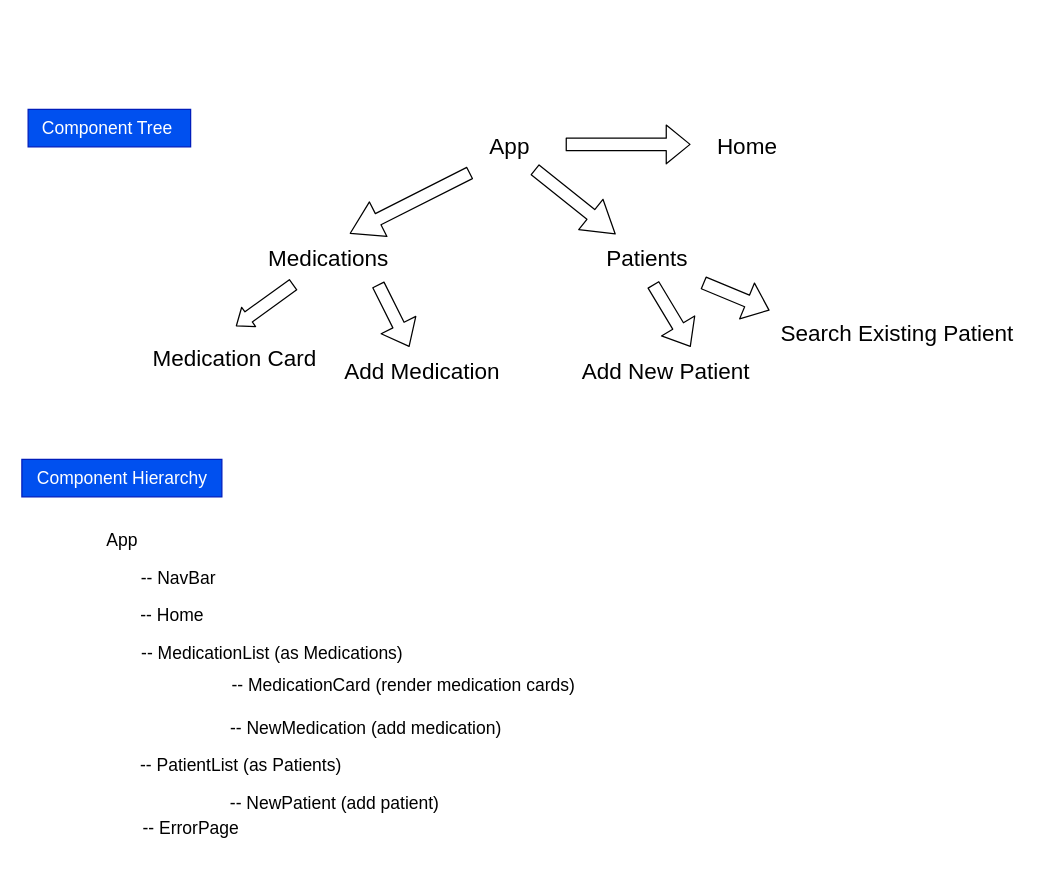
Above: page "Page-1" (1 of 2) of .dio in minchulan/dailydose-client (draw.io), before the change. Source tidied: cells renumbered, new cells numbered last; positions are measured from the earlier drawing's top-left corner, leaving out a move shared by most shapes. Both pictures are drawn from the tidied source at 125%, with x=0, y=0 at pixel (21, 109).
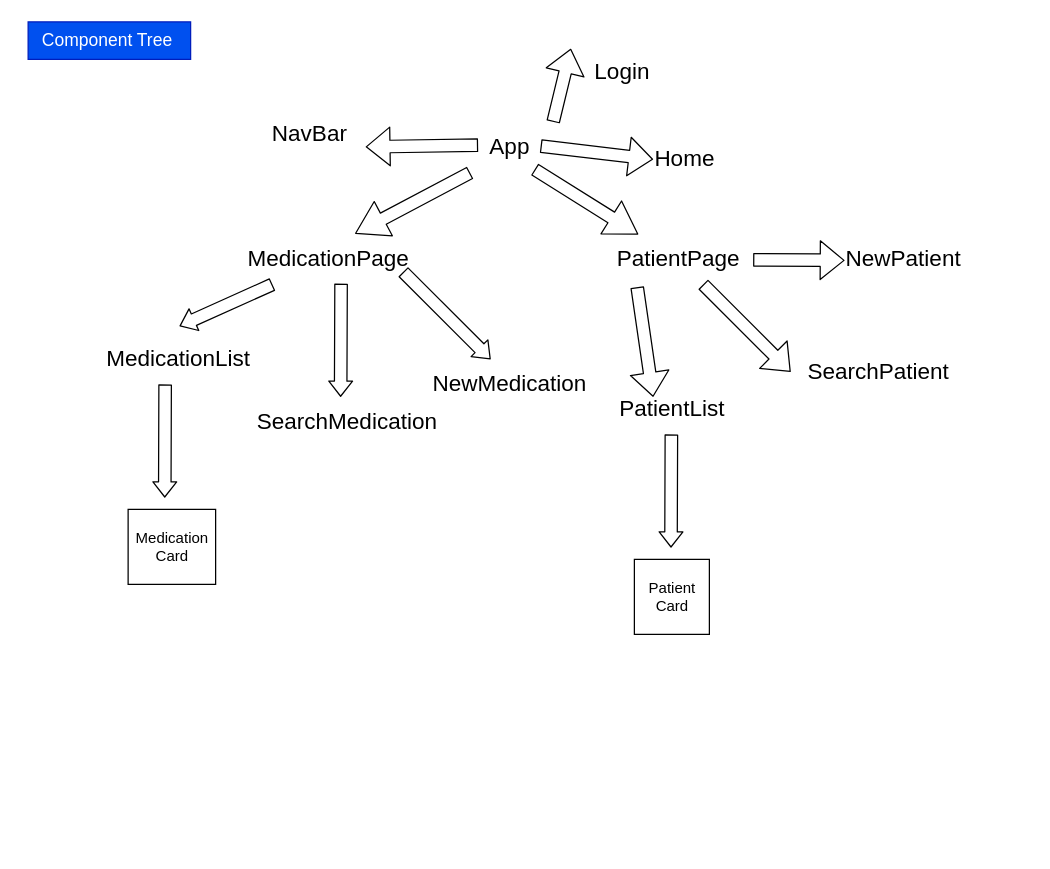
The same page after the edit.

What changed in the source:
```diff
@@
-    <mxCell id="3" value="&lt;font style=&quot;font-size: 18px;&quot;&gt;Medications&lt;/font&gt;" style="text;html=1;align=center;verticalAlign=middle;points=[];strokeColor=none;fillColor=none;fontSize=14;" parent="1" vertex="1">
-      <mxGeometry x="185" y="100" width="120" height="40" as="geometry" />
+    <mxCell id="3" value="&lt;font style=&quot;font-size: 18px;&quot;&gt;MedicationPage&lt;/font&gt;" style="text;html=1;align=center;verticalAlign=middle;points=[];strokeColor=none;fillColor=none;fontSize=14;" parent="1" vertex="1">
+      <mxGeometry x="170" y="100" width="150" height="40" as="geometry" />
     </mxCell>
-    <mxCell id="4" value="&lt;font style=&quot;font-size: 18px;&quot;&gt;Patients&lt;/font&gt;" style="text;html=1;align=center;verticalAlign=middle;points=[];strokeColor=none;fillColor=none;fontSize=14;" parent="1" vertex="1">
-      <mxGeometry x="455" y="100" width="90" height="40" as="geometry" />
+    <mxCell id="4" value="&lt;font style=&quot;font-size: 18px;&quot;&gt;PatientPage&lt;/font&gt;" style="text;html=1;align=center;verticalAlign=middle;points=[];strokeColor=none;fillColor=none;fontSize=14;" parent="1" vertex="1">
+      <mxGeometry x="465" y="100" width="120" height="40" as="geometry" />
     </mxCell>
@@
     <mxCell id="7" value="&lt;font style=&quot;font-size: 14px;&quot;&gt;Component Tree&amp;nbsp;&lt;/font&gt;" style="text;html=1;align=center;verticalAlign=middle;strokeColor=#001DBC;fillColor=#0050ef;fontSize=8;fontColor=#ffffff;" parent="1" vertex="1">
-      <mxGeometry x="5" width="130" height="30" as="geometry" />
+      <mxGeometry x="5" y="-70" width="130" height="30" as="geometry" />
     </mxCell>
-    <mxCell id="8" value="Component Hierarchy" style="text;html=1;align=center;verticalAlign=middle;strokeColor=#001DBC;fillColor=#0050ef;fontSize=14;fontColor=#ffffff;" parent="1" vertex="1">
-      <mxGeometry y="280" width="160" height="30" as="geometry" />
-    </mxCell>
-    <mxCell id="9" value="App" style="text;html=1;align=center;verticalAlign=middle;strokeColor=none;fillColor=none;fontSize=14;" parent="1" vertex="1">
-      <mxGeometry x="55" y="330" width="50" height="30" as="geometry" />
-    </mxCell>
-    <mxCell id="10" value="-- MedicationList (as Medications)" style="text;html=1;align=center;verticalAlign=middle;strokeColor=none;fillColor=none;fontSize=14;" parent="1" vertex="1">
-      <mxGeometry x="85" y="420" width="230" height="30" as="geometry" />
-    </mxCell>
-    <mxCell id="11" value="-- PatientList (as Patients)" style="text;html=1;align=center;verticalAlign=middle;strokeColor=none;fillColor=none;fontSize=14;" parent="1" vertex="1">
-      <mxGeometry x="85" y="510" width="180" height="30" as="geometry" />
-    </mxCell>
-    <mxCell id="12" value="-- Home" style="text;html=1;align=center;verticalAlign=middle;strokeColor=none;fillColor=none;fontSize=14;" parent="1" vertex="1">
-      <mxGeometry x="85" y="390" width="70" height="30" as="geometry" />
-    </mxCell>
-    <mxCell id="13" value="-- NavBar" style="text;html=1;align=center;verticalAlign=middle;strokeColor=none;fillColor=none;fontSize=14;" parent="1" vertex="1">
-      <mxGeometry x="85" y="360" width="80" height="30" as="geometry" />
-    </mxCell>
-    <mxCell id="14" value="-- ErrorPage" style="text;html=1;align=center;verticalAlign=middle;strokeColor=none;fillColor=none;fontSize=14;" parent="1" vertex="1">
-      <mxGeometry x="85" y="560" width="100" height="30" as="geometry" />
-    </mxCell>
-    <mxCell id="15" value="&lt;font style=&quot;font-size: 18px;&quot;&gt;Medication Card&lt;/font&gt;" style="text;html=1;align=center;verticalAlign=middle;points=[];strokeColor=none;fillColor=none;fontSize=14;" parent="1" vertex="1">
-      <mxGeometry x="95" y="180" width="150" height="40" as="geometry" />
+    <mxCell id="15" value="&lt;font style=&quot;font-size: 18px;&quot;&gt;MedicationList&lt;/font&gt;" style="text;html=1;align=center;verticalAlign=middle;points=[];strokeColor=none;fillColor=none;fontSize=14;" parent="1" vertex="1">
+      <mxGeometry x="55" y="180" width="140" height="40" as="geometry" />
     </mxCell>
@@
-    <mxCell id="17" value="&lt;font style=&quot;font-size: 14px;&quot;&gt;-- MedicationCard (render medication cards)&lt;/font&gt;" style="text;html=1;align=center;verticalAlign=middle;strokeColor=none;fillColor=none;fontSize=18;" parent="1" vertex="1">
-      <mxGeometry x="155" y="440" width="300" height="40" as="geometry" />
-    </mxCell>
-    <mxCell id="18" value="-- NewMedication (add medication)" style="text;html=1;align=center;verticalAlign=middle;strokeColor=none;fillColor=none;fontSize=14;" parent="1" vertex="1">
-      <mxGeometry x="155" y="480" width="240" height="30" as="geometry" />
-    </mxCell>
-    <mxCell id="19" value="-- NewPatient (add patient)" style="text;html=1;align=center;verticalAlign=middle;strokeColor=none;fillColor=none;fontSize=14;" parent="1" vertex="1">
-      <mxGeometry x="155" y="540" width="190" height="30" as="geometry" />
-    </mxCell>
-    <mxCell id="20" value="&lt;font style=&quot;font-size: 18px;&quot;&gt;Add Medication&lt;/font&gt;" style="text;html=1;align=center;verticalAlign=middle;points=[];strokeColor=none;fillColor=none;fontSize=14;" parent="1" vertex="1">
-      <mxGeometry x="245" y="190" width="150" height="40" as="geometry" />
+    <mxCell id="20" value="&lt;font style=&quot;font-size: 18px;&quot;&gt;SearchMedication&lt;/font&gt;" style="text;html=1;align=center;verticalAlign=middle;points=[];strokeColor=none;fillColor=none;fontSize=14;" parent="1" vertex="1">
+      <mxGeometry x="175" y="230" width="170" height="40" as="geometry" />
     </mxCell>
-    <mxCell id="21" style="edgeStyle=none;jettySize=auto;html=1;fontSize=14;shape=flexArrow;entryX=0.625;entryY=0;entryDx=0;entryDy=0;entryPerimeter=0;" parent="1" edge="1" target="22">
-      <mxGeometry relative="1" as="geometry">
-        <mxPoint x="505" y="140" as="sourcePoint" />
-      </mxGeometry>
-    </mxCell>
-    <mxCell id="22" value="&lt;span style=&quot;font-size: 18px;&quot;&gt;Add New Patient&lt;/span&gt;" style="text;html=1;align=center;verticalAlign=middle;points=[];strokeColor=none;fillColor=none;fontSize=14;" parent="1" vertex="1">
-      <mxGeometry x="435" y="190" width="160" height="40" as="geometry" />
-    </mxCell>
-    <mxCell id="23" style="edgeStyle=none;jettySize=auto;html=1;fontSize=14;shape=flexArrow;" parent="1" edge="1" target="20">
-      <mxGeometry relative="1" as="geometry">
-        <mxPoint x="285" y="140" as="sourcePoint" />
-      </mxGeometry>
-    </mxCell>
     <mxCell id="24" style="edgeStyle=none;orthogonalLoop=1;jettySize=auto;html=1;fontSize=14;shape=flexArrow;" parent="1" edge="1">
       <mxGeometry relative="1" as="geometry">
-        <mxPoint x="435" y="28" as="sourcePoint" />
-        <mxPoint x="535" y="28" as="targetPoint" />
+        <mxPoint x="415" y="29.3" as="sourcePoint" />
+        <mxPoint x="505" y="40" as="targetPoint" />
       </mxGeometry>
     </mxCell>
     <mxCell id="25" value="&lt;font style=&quot;font-size: 18px;&quot;&gt;Home&lt;/font&gt;" style="text;html=1;align=center;verticalAlign=middle;strokeColor=none;fillColor=none;fontSize=14;" parent="1" vertex="1">
-      <mxGeometry x="545" y="10" width="70" height="40" as="geometry" />
+      <mxGeometry x="495" y="20" width="70" height="40" as="geometry" />
     </mxCell>
-    <mxCell id="26" value="&lt;span style=&quot;font-size: 18px;&quot;&gt;Search Existing Patient&lt;/span&gt;" style="text;html=1;align=center;verticalAlign=middle;points=[];strokeColor=none;fillColor=none;fontSize=14;" parent="1" vertex="1">
-      <mxGeometry x="595" y="160" width="210" height="40" as="geometry" />
-    </mxCell>
-    <mxCell id="27" style="edgeStyle=none;jettySize=auto;html=1;fontSize=14;shape=flexArrow;entryX=0.015;entryY=0.019;entryDx=0;entryDy=0;entryPerimeter=0;" parent="1" edge="1" source="4" target="26">
-      <mxGeometry relative="1" as="geometry" />
+    <mxCell id="27" style="edgeStyle=none;jettySize=auto;html=1;fontSize=14;shape=flexArrow;entryX=0.015;entryY=0.019;entryDx=0;entryDy=0;entryPerimeter=0;" parent="1" edge="1" source="4">
+      <mxGeometry relative="1" as="geometry">
+        <mxPoint x="658.2" y="120.8" as="targetPoint" />
+      </mxGeometry>
     </mxCell>
+    <mxCell id="28" style="edgeStyle=none;orthogonalLoop=1;jettySize=auto;html=1;fontSize=14;shape=flexArrow;" parent="1" edge="1">
+      <mxGeometry relative="1" as="geometry">
+        <mxPoint x="365" y="28.6" as="sourcePoint" />
+        <mxPoint x="275" y="30" as="targetPoint" />
+      </mxGeometry>
+    </mxCell>
+    <mxCell id="29" value="&lt;font style=&quot;font-size: 18px;&quot;&gt;NavBar&lt;/font&gt;" style="text;html=1;align=center;verticalAlign=middle;strokeColor=none;fillColor=none;fontSize=14;" parent="1" vertex="1">
+      <mxGeometry x="190" width="80" height="40" as="geometry" />
+    </mxCell>
+    <mxCell id="30" style="edgeStyle=none;jettySize=auto;html=1;fontSize=18;shape=flexArrow;endWidth=8;endSize=3.7;exitX=0.569;exitY=0.985;exitDx=0;exitDy=0;exitPerimeter=0;" parent="1" edge="1" source="3">
+      <mxGeometry relative="1" as="geometry">
+        <mxPoint x="255" y="230" as="targetPoint" />
+      </mxGeometry>
+    </mxCell>
+    <mxCell id="31" value="&lt;font style=&quot;font-size: 18px;&quot;&gt;NewMedication&lt;br&gt;&lt;/font&gt;" style="text;html=1;align=center;verticalAlign=middle;strokeColor=none;fillColor=none;fontSize=14;" parent="1" vertex="1">
+      <mxGeometry x="315" y="200" width="150" height="40" as="geometry" />
+    </mxCell>
+    <mxCell id="32" style="edgeStyle=none;orthogonalLoop=1;jettySize=auto;html=1;fontSize=18;shape=flexArrow;endWidth=8;endSize=3.7;" parent="1" edge="1">
+      <mxGeometry relative="1" as="geometry">
+        <mxPoint x="305" y="130" as="sourcePoint" />
+        <mxPoint x="375" y="200" as="targetPoint" />
+      </mxGeometry>
+    </mxCell>
+    <mxCell id="33" style="edgeStyle=none;jettySize=auto;html=1;fontSize=14;shape=flexArrow;" parent="1" edge="1" source="4">
+      <mxGeometry relative="1" as="geometry">
+        <mxPoint x="615" y="210" as="targetPoint" />
+      </mxGeometry>
+    </mxCell>
+    <mxCell id="34" style="edgeStyle=none;jettySize=auto;html=1;fontSize=14;shape=flexArrow;exitX=0.227;exitY=1.056;exitDx=0;exitDy=0;exitPerimeter=0;" parent="1" edge="1" source="4">
+      <mxGeometry relative="1" as="geometry">
+        <mxPoint x="505" y="230" as="targetPoint" />
+      </mxGeometry>
+    </mxCell>
+    <mxCell id="35" value="&lt;font style=&quot;font-size: 18px;&quot;&gt;NewPatient&lt;br&gt;&lt;/font&gt;" style="text;html=1;align=center;verticalAlign=middle;strokeColor=none;fillColor=none;fontSize=14;" parent="1" vertex="1">
+      <mxGeometry x="645" y="100" width="120" height="40" as="geometry" />
+    </mxCell>
+    <mxCell id="36" value="&lt;font style=&quot;font-size: 18px;&quot;&gt;SearchPatient&lt;/font&gt;" style="text;html=1;align=center;verticalAlign=middle;strokeColor=none;fillColor=none;fontSize=14;" parent="1" vertex="1">
+      <mxGeometry x="615" y="190" width="140" height="40" as="geometry" />
+    </mxCell>
+    <mxCell id="37" value="&lt;font style=&quot;font-size: 18px;&quot;&gt;PatientList&lt;/font&gt;" style="text;html=1;align=center;verticalAlign=middle;strokeColor=none;fillColor=none;fontSize=14;" parent="1" vertex="1">
+      <mxGeometry x="465" y="220" width="110" height="40" as="geometry" />
+    </mxCell>
+    <mxCell id="38" style="edgeStyle=none;jettySize=auto;html=1;fontSize=14;shape=flexArrow;entryX=-0.083;entryY=0.036;entryDx=0;entryDy=0;entryPerimeter=0;" parent="1" edge="1" target="39">
+      <mxGeometry relative="1" as="geometry">
+        <mxPoint x="425" y="10" as="sourcePoint" />
+      </mxGeometry>
+    </mxCell>
+    <mxCell id="39" value="&lt;font style=&quot;font-size: 18px;&quot;&gt;Login&lt;/font&gt;" style="text;html=1;align=center;verticalAlign=middle;points=[];strokeColor=none;fillColor=none;fontSize=14;" parent="1" vertex="1">
+      <mxGeometry x="445" y="-50" width="70" height="40" as="geometry" />
+    </mxCell>
+    <mxCell id="40" style="edgeStyle=none;orthogonalLoop=1;jettySize=auto;html=1;fontSize=18;shape=flexArrow;endWidth=8;endSize=3.7;exitX=0.569;exitY=0.985;exitDx=0;exitDy=0;exitPerimeter=0;" parent="1" edge="1">
+      <mxGeometry relative="1" as="geometry">
+        <mxPoint x="114.6" y="220" as="sourcePoint" />
+        <mxPoint x="114.3" y="310.6" as="targetPoint" />
+      </mxGeometry>
+    </mxCell>
+    <mxCell id="41" style="whiteSpace=wrap;html=1;" parent="1" vertex="1">
+      <mxGeometry x="85" y="320" width="70" height="60" as="geometry" />
+    </mxCell>
+    <mxCell id="42" value="Medication&lt;br&gt;Card" style="text;html=1;align=center;verticalAlign=middle;strokeColor=none;fillColor=none;" parent="1" vertex="1">
+      <mxGeometry x="80" y="330" width="80" height="40" as="geometry" />
+    </mxCell>
+    <mxCell id="43" style="edgeStyle=none;orthogonalLoop=1;jettySize=auto;html=1;fontSize=18;shape=flexArrow;endWidth=8;endSize=3.7;exitX=0.569;exitY=0.985;exitDx=0;exitDy=0;exitPerimeter=0;" parent="1" edge="1">
+      <mxGeometry relative="1" as="geometry">
+        <mxPoint x="519.6" y="260" as="sourcePoint" />
+        <mxPoint x="519.3" y="350.6" as="targetPoint" />
+      </mxGeometry>
+    </mxCell>
+    <mxCell id="44" style="whiteSpace=wrap;html=1;" parent="1" vertex="1">
+      <mxGeometry x="490" y="360" width="60" height="60" as="geometry" />
+    </mxCell>
+    <mxCell id="45" value="Patient&lt;br&gt;Card" style="text;html=1;align=center;verticalAlign=middle;strokeColor=none;fillColor=none;" parent="1" vertex="1">
+      <mxGeometry x="490" y="370" width="60" height="40" as="geometry" />
+    </mxCell>
```
